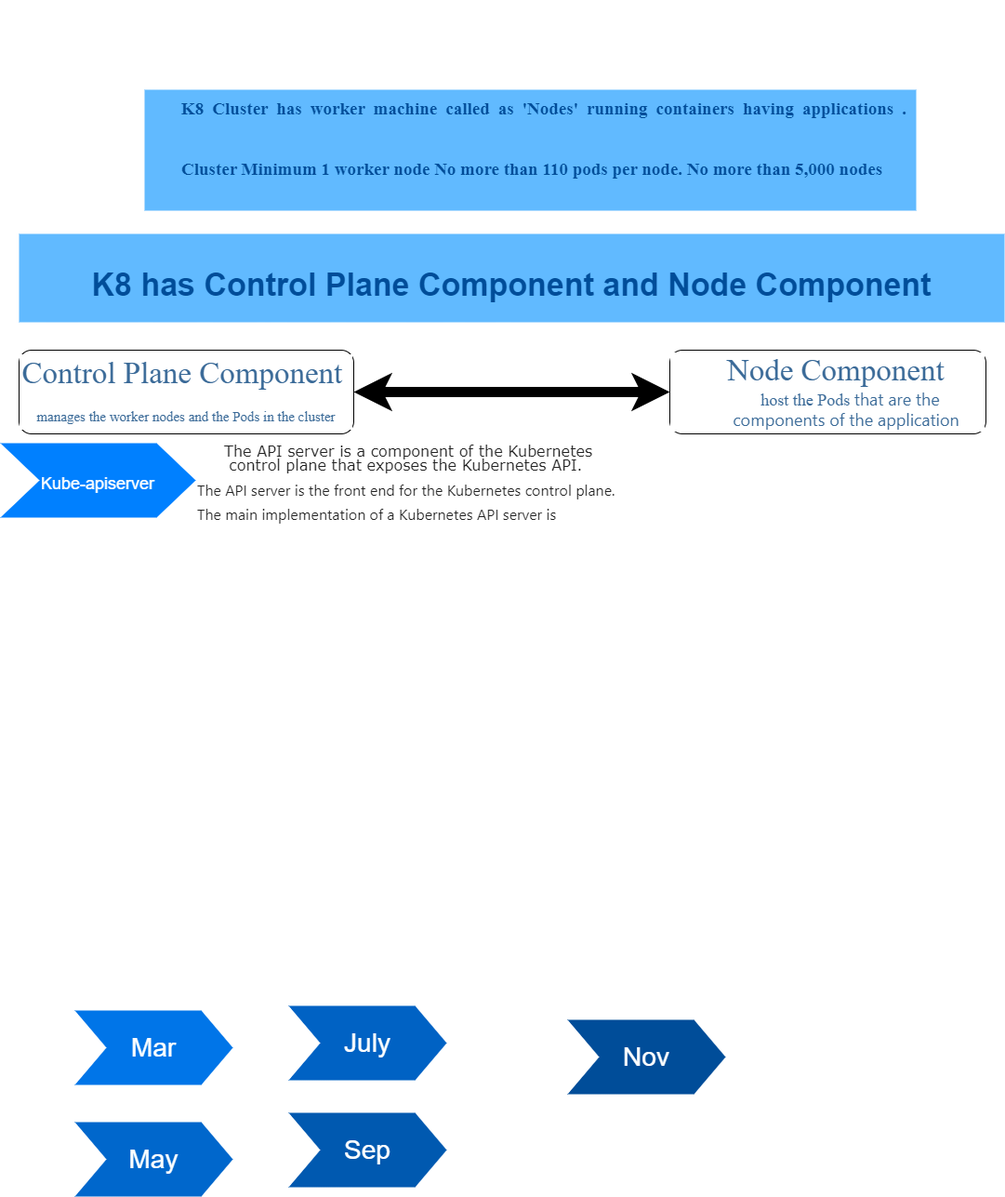
Before: k8 components.drawio.png, a diagram exported from draw.io (zagianp/website1). Source tidied: cells renumbered, new cells last; positions are measured from the earlier drawing's top-left corner, leaving out a move shared by most shapes.
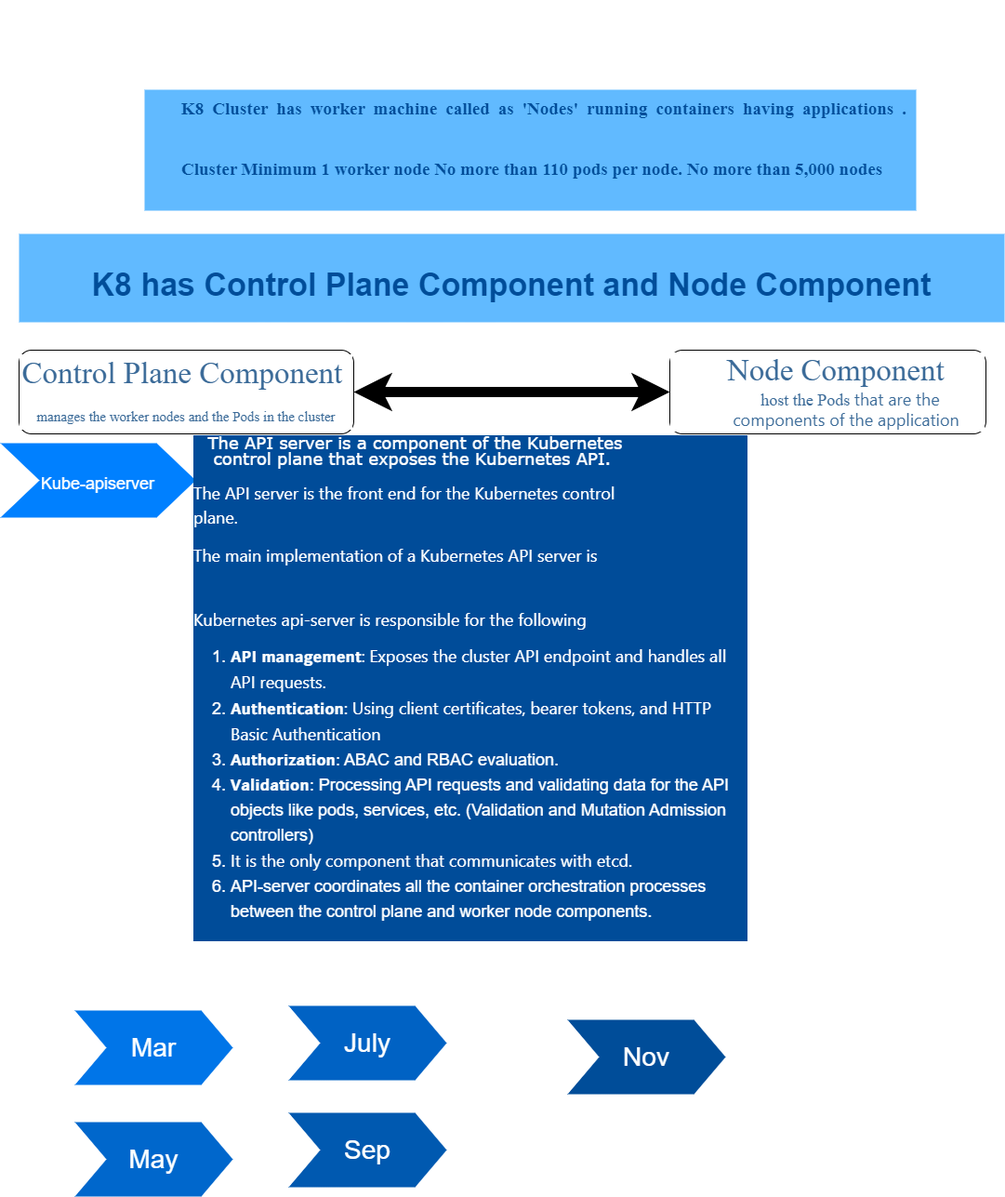
After the change.

What changed in the source:
```diff
@@ -23,8 +23,8 @@
     <mxCell id="8" value="&lt;font style=&quot;font-size: 34px;&quot;&gt;K8 has Control Plane Component and Node Component&lt;/font&gt;" style="text;html=1;strokeColor=none;fillColor=#61BAFF;align=center;verticalAlign=middle;whiteSpace=wrap;fontSize=54;fontStyle=1;fontColor=#004D99;" parent="1" vertex="1">
       <mxGeometry x="20" y="155" width="1060" height="95" as="geometry" />
     </mxCell>
-    <mxCell id="9" value="&lt;p style=&quot;text-align: center; box-sizing: border-box; margin-top: 0px; margin-bottom: 1rem; max-width: 80%; color: rgb(34, 34, 34); font-size: 16px; background-color: rgb(255, 255, 255); line-height: 90%;&quot;&gt;&lt;font face=&quot;Verdana&quot;&gt;The API server is a component of the Kubernetes control plane&amp;nbsp;that exposes the Kubernetes API.&amp;nbsp;&lt;/font&gt;&lt;/p&gt;&lt;p style=&quot;box-sizing: border-box; margin-top: 0px; margin-bottom: 1rem; max-width: 80%; color: rgb(34, 34, 34); font-family: &amp;quot;open sans&amp;quot;, -apple-system, BlinkMacSystemFont, &amp;quot;segoe ui&amp;quot;, Roboto, &amp;quot;helvetica neue&amp;quot;, Arial, sans-serif, &amp;quot;apple color emoji&amp;quot;, &amp;quot;segoe ui emoji&amp;quot;, &amp;quot;segoe ui symbol&amp;quot;; font-size: 16px; background-color: rgb(255, 255, 255); line-height: 30%;&quot;&gt;The API server is the front end for the Kubernetes control plane.&lt;/p&gt;&lt;p style=&quot;box-sizing: border-box; margin-top: 0px; margin-bottom: 1rem; max-width: 80%; color: rgb(34, 34, 34); font-family: &amp;quot;open sans&amp;quot;, -apple-system, BlinkMacSystemFont, &amp;quot;segoe ui&amp;quot;, Roboto, &amp;quot;helvetica neue&amp;quot;, Arial, sans-serif, &amp;quot;apple color emoji&amp;quot;, &amp;quot;segoe ui emoji&amp;quot;, &amp;quot;segoe ui symbol&amp;quot;; font-size: 16px; background-color: rgb(255, 255, 255); line-height: 90%;&quot;&gt;The main implementation of a Kubernetes API server is&lt;/p&gt;" style="text;spacingTop=-5;fillColor=#ffffff;html=1;align=left;fontSize=12;fontFamily=Helvetica;fillColor=none;strokeColor=none;whiteSpace=wrap;" parent="1" vertex="1">
-      <mxGeometry x="210" y="380" width="570" height="120" as="geometry" />
+    <mxCell id="9" value="&lt;p style=&quot;text-align: center; box-sizing: border-box; margin-top: 0px; margin-bottom: 1rem; max-width: 80%; font-size: 18px; line-height: 90%;&quot;&gt;&lt;font face=&quot;Verdana&quot; style=&quot;font-size: 18px;&quot;&gt;The API server is a component of the Kubernetes control plane&amp;nbsp;that exposes the Kubernetes API.&amp;nbsp;&lt;/font&gt;&lt;/p&gt;&lt;p style=&quot;box-sizing: border-box; margin-top: 0px; margin-bottom: 1rem; max-width: 80%; font-family: &amp;quot;open sans&amp;quot;, -apple-system, BlinkMacSystemFont, &amp;quot;segoe ui&amp;quot;, Roboto, &amp;quot;helvetica neue&amp;quot;, Arial, sans-serif, &amp;quot;apple color emoji&amp;quot;, &amp;quot;segoe ui emoji&amp;quot;, &amp;quot;segoe ui symbol&amp;quot;; font-size: 18px; line-height: 140%;&quot;&gt;The API server is the front end for the Kubernetes control plane.&lt;/p&gt;&lt;p style=&quot;box-sizing: border-box; margin-top: 0px; margin-bottom: 1rem; max-width: 80%; font-family: &amp;quot;open sans&amp;quot;, -apple-system, BlinkMacSystemFont, &amp;quot;segoe ui&amp;quot;, Roboto, &amp;quot;helvetica neue&amp;quot;, Arial, sans-serif, &amp;quot;apple color emoji&amp;quot;, &amp;quot;segoe ui emoji&amp;quot;, &amp;quot;segoe ui symbol&amp;quot;; font-size: 18px; line-height: 140%;&quot;&gt;The main implementation of a Kubernetes API server is&lt;/p&gt;&lt;p style=&quot;box-sizing: border-box; margin-top: 0px; margin-bottom: 1rem; max-width: 80%; font-family: &amp;quot;open sans&amp;quot;, -apple-system, BlinkMacSystemFont, &amp;quot;segoe ui&amp;quot;, Roboto, &amp;quot;helvetica neue&amp;quot;, Arial, sans-serif, &amp;quot;apple color emoji&amp;quot;, &amp;quot;segoe ui emoji&amp;quot;, &amp;quot;segoe ui symbol&amp;quot;; font-size: 18px; line-height: 90%;&quot;&gt;&lt;br style=&quot;font-size: 18px;&quot;&gt;&lt;/p&gt;&lt;p style=&quot;box-sizing: border-box; margin-top: 0px; margin-bottom: 1rem; max-width: 80%; font-family: &amp;quot;open sans&amp;quot;, -apple-system, BlinkMacSystemFont, &amp;quot;segoe ui&amp;quot;, Roboto, &amp;quot;helvetica neue&amp;quot;, Arial, sans-serif, &amp;quot;apple color emoji&amp;quot;, &amp;quot;segoe ui emoji&amp;quot;, &amp;quot;segoe ui symbol&amp;quot;; font-size: 18px; line-height: 90%;&quot;&gt;Kubernetes api-server is responsible for the following&lt;br style=&quot;font-size: 18px;&quot;&gt;&lt;/p&gt;&lt;ol style=&quot;line-height: 150%; font-size: 18px;&quot;&gt;&lt;li style=&quot;font-size: 18px;&quot;&gt;&lt;span style=&quot;font-family: -apple-system, system-ui, BlinkMacSystemFont, &amp;quot;Segoe UI&amp;quot;, Roboto, &amp;quot;Helvetica Neue&amp;quot;, &amp;quot;Fira Sans&amp;quot;, Ubuntu, Oxygen, &amp;quot;Oxygen Sans&amp;quot;, Cantarell, &amp;quot;Droid Sans&amp;quot;, &amp;quot;Apple Color Emoji&amp;quot;, &amp;quot;Segoe UI Emoji&amp;quot;, &amp;quot;Segoe UI Emoji&amp;quot;, &amp;quot;Segoe UI Symbol&amp;quot;, &amp;quot;Lucida Grande&amp;quot;, Helvetica, Arial, sans-serif; font-size: 18px;&quot;&gt;𝗔𝗣𝗜 𝗺𝗮𝗻𝗮𝗴𝗲𝗺𝗲𝗻𝘁: Exposes the cluster API endpoint and handles all API requests.&lt;/span&gt;&lt;/li&gt;&lt;li style=&quot;font-size: 18px;&quot;&gt;&lt;span style=&quot;font-family: -apple-system, system-ui, BlinkMacSystemFont, &amp;quot;Segoe UI&amp;quot;, Roboto, &amp;quot;Helvetica Neue&amp;quot;, &amp;quot;Fira Sans&amp;quot;, Ubuntu, Oxygen, &amp;quot;Oxygen Sans&amp;quot;, Cantarell, &amp;quot;Droid Sans&amp;quot;, &amp;quot;Apple Color Emoji&amp;quot;, &amp;quot;Segoe UI Emoji&amp;quot;, &amp;quot;Segoe UI Emoji&amp;quot;, &amp;quot;Segoe UI Symbol&amp;quot;, &amp;quot;Lucida Grande&amp;quot;, Helvetica, Arial, sans-serif; font-size: 18px;&quot;&gt;𝗔𝘂𝘁𝗵𝗲𝗻𝘁𝗶𝗰𝗮𝘁𝗶𝗼𝗻: Using client certificates, bearer tokens, and HTTP Basic Authentication&lt;/span&gt;&lt;/li&gt;&lt;li style=&quot;font-size: 18px;&quot;&gt;𝗔𝘂𝘁𝗵𝗼𝗿𝗶𝘇𝗮𝘁𝗶𝗼𝗻: ABAC and RBAC evaluation.&lt;/li&gt;&lt;li style=&quot;font-size: 18px;&quot;&gt;𝗩𝗮𝗹𝗶𝗱𝗮𝘁𝗶𝗼𝗻: Processing API requests and validating data for the API objects like pods, services, etc. (Validation and Mutation Admission controllers)&lt;/li&gt;&lt;li style=&quot;font-size: 18px;&quot;&gt;&lt;span style=&quot;font-family: -apple-system, system-ui, BlinkMacSystemFont, &amp;quot;Segoe UI&amp;quot;, Roboto, &amp;quot;Helvetica Neue&amp;quot;, &amp;quot;Fira Sans&amp;quot;, Ubuntu, Oxygen, &amp;quot;Oxygen Sans&amp;quot;, Cantarell, &amp;quot;Droid Sans&amp;quot;, &amp;quot;Apple Color Emoji&amp;quot;, &amp;quot;Segoe UI Emoji&amp;quot;, &amp;quot;Segoe UI Emoji&amp;quot;, &amp;quot;Segoe UI Symbol&amp;quot;, &amp;quot;Lucida Grande&amp;quot;, Helvetica, Arial, sans-serif; font-size: 18px;&quot;&gt;It is the only component that communicates with etcd.&lt;/span&gt;&lt;/li&gt;&lt;li style=&quot;font-size: 18px;&quot;&gt;API-server coordinates all the container orchestration processes between the control plane and worker node components.&lt;/li&gt;&lt;/ol&gt;&lt;p style=&quot;font-size: 18px;&quot;&gt;&lt;/p&gt;" style="text;spacingTop=-1;fillColor=#ffffff;html=1;align=left;fontSize=18;fontFamily=Helvetica;fillColor=none;strokeColor=none;whiteSpace=wrap;spacing=-12;labelBackgroundColor=#004C99;fontColor=#FFFFFF;" parent="1" vertex="1">
+      <mxGeometry x="220" y="380" width="570" height="120" as="geometry" />
     </mxCell>
     <mxCell id="10" value="&lt;p style=&quot;line-height: 50%;&quot;&gt;&lt;/p&gt;&lt;blockquote style=&quot;margin: 0 0 0 40px; border: none; padding: 0px;&quot;&gt;&lt;h4 style=&quot;text-align: justify;&quot;&gt;&lt;font face=&quot;Times New Roman&quot; style=&quot;font-size: 19px;&quot;&gt;K8 Cluster has worker machine called as 'Nodes' running containers having applications . Cluster Minimum 1 worker node&amp;nbsp;No more than 110 pods per node. No more than 5,000 nodes&lt;/font&gt;&lt;/h4&gt;&lt;/blockquote&gt;&lt;br&gt;&lt;p&gt;&lt;/p&gt;" style="text;html=1;strokeColor=none;fillColor=#61BAFF;align=center;verticalAlign=middle;whiteSpace=wrap;fontSize=54;fontStyle=1;fontColor=#004D99;spacing=1;spacingRight=10;spacingBottom=-68;spacingTop=2;" parent="1" vertex="1">
       <mxGeometry x="155" width="830" height="130" as="geometry" />
```
